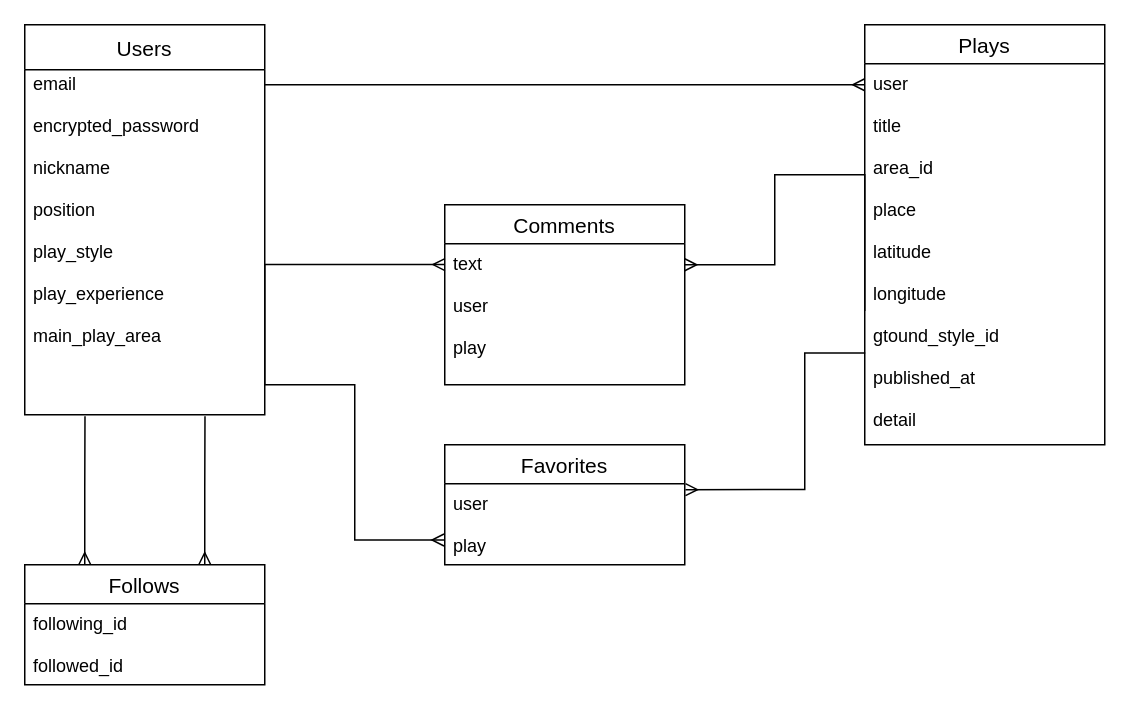
The draw.io diagram さかともER.dio in ackey-getup/sakatomo, before the edit. Source tidied: cells renumbered, new cells numbered last; positions are measured from the earlier drawing's top-left corner, leaving out a move shared by most shapes. Both pictures are drawn from the tidied source at 150%, with x=0, y=0 at pixel (24, 24).
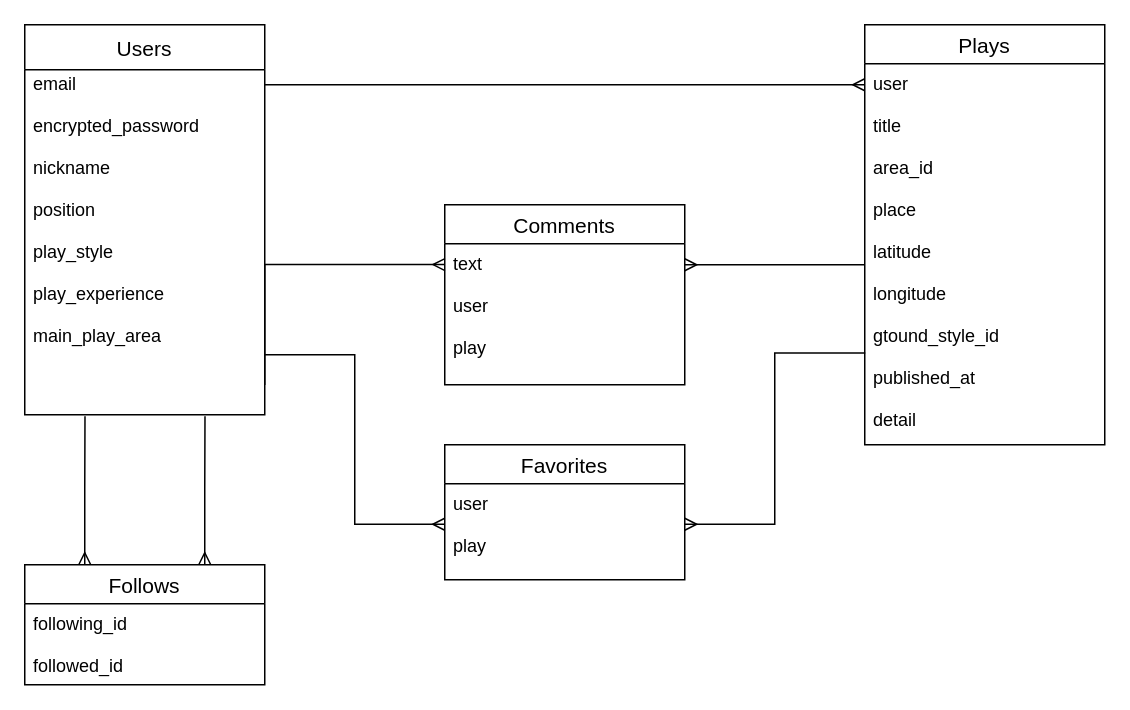
After the change.

Unchanged cells that the change refers to:
```xml
<mxCell id="5" value="user&#10;&#10;title&#10;&#10;area_id&#10;&#10;place&#10;&#10;latitude&#10;&#10;longitude&#10;&#10;gtound_style_id&#10;&#10;published_at&#10;&#10;detail" style="text;strokeColor=none;fillColor=none;spacingLeft=4;spacingRight=4;overflow=hidden;points=[[0,0.5],[1,0.5]];portConstraint=eastwest;fontSize=12;" parent="4" vertex="1">
  <mxGeometry y="26" width="160" height="254" as="geometry" />
</mxCell>
<mxCell id="8" value="text&#10;&#10;user&#10;&#10;play" style="text;strokeColor=none;fillColor=none;spacingLeft=4;spacingRight=4;overflow=hidden;points=[[0,0.5],[1,0.5]];portConstraint=eastwest;fontSize=12;" parent="7" vertex="1">
  <mxGeometry y="26" width="160" height="94" as="geometry" />
</mxCell>
<mxCell id="17" value="email&#10;&#10;encrypted_password&#10;&#10;nickname&#10;&#10;position&#10;&#10;play_style&#10;&#10;play_experience&#10;&#10;main_play_area" style="text;strokeColor=none;fillColor=none;spacingLeft=4;spacingRight=4;overflow=hidden;points=[[0,0.5],[1,0.5]];portConstraint=eastwest;fontSize=12;" parent="1" vertex="1">
  <mxGeometry y="26" width="160" height="234" as="geometry" />
</mxCell>
```

The edit, as a diff of the source:
```diff
@@
-    <mxCell id="13" style="edgeStyle=orthogonalEdgeStyle;rounded=0;jettySize=auto;html=1;exitX=1.003;exitY=0.073;exitDx=0;exitDy=0;startArrow=ERmany;startFill=0;endArrow=none;endFill=0;entryX=0.002;entryY=0.759;entryDx=0;entryDy=0;entryPerimeter=0;exitPerimeter=0;" parent="1" edge="1" source="15" target="5">
+    <mxCell id="13" style="edgeStyle=orthogonalEdgeStyle;rounded=0;jettySize=auto;html=1;startArrow=ERmany;startFill=0;endArrow=none;endFill=0;entryX=0.002;entryY=0.759;entryDx=0;entryDy=0;entryPerimeter=0;" parent="1" edge="1" target="5">
       <mxGeometry relative="1" as="geometry">
+        <mxPoint x="440" y="333" as="sourcePoint" />
         <Array as="points">
-          <mxPoint x="520" y="310" />
-          <mxPoint x="520" y="219" />
+          <mxPoint x="500" y="333" />
+          <mxPoint x="500" y="219" />
         </Array>
       </mxGeometry>
     </mxCell>
     <mxCell id="14" value="Favorites" style="swimlane;fontStyle=0;horizontal=1;startSize=26;align=center;fontSize=14;" parent="1" vertex="1">
-      <mxGeometry x="280" y="280" width="160" height="80" as="geometry" />
+      <mxGeometry x="280" y="280" width="160" height="90" as="geometry" />
     </mxCell>
     <mxCell id="15" value="user&#10;&#10;play" style="text;strokeColor=none;fillColor=none;spacingLeft=4;spacingRight=4;overflow=hidden;points=[[0,0.5],[1,0.5]];portConstraint=eastwest;fontSize=12;" parent="14" vertex="1">
-      <mxGeometry y="26" width="160" height="54" as="geometry" />
+      <mxGeometry y="26" width="160" height="64" as="geometry" />
     </mxCell>
-    <mxCell id="16" style="edgeStyle=orthogonalEdgeStyle;rounded=0;jettySize=auto;html=1;entryX=-0.003;entryY=0.695;entryDx=0;entryDy=0;entryPerimeter=0;endArrow=ERmany;endFill=0;" parent="1" edge="1" source="17" target="15">
+    <mxCell id="16" style="edgeStyle=orthogonalEdgeStyle;rounded=0;jettySize=auto;html=1;endArrow=ERmany;endFill=0;" parent="1" edge="1" source="17">
       <mxGeometry relative="1" as="geometry">
+        <mxPoint x="280" y="333" as="targetPoint" />
         <Array as="points">
-          <mxPoint x="220" y="240" />
-          <mxPoint x="220" y="344" />
+          <mxPoint x="220" y="220" />
+          <mxPoint x="220" y="333" />
         </Array>
       </mxGeometry>
     </mxCell>
@@
-    <mxCell id="18" style="edgeStyle=orthogonalEdgeStyle;rounded=0;jettySize=auto;html=1;entryX=0;entryY=0.649;entryDx=0;entryDy=0;entryPerimeter=0;startArrow=ERmany;startFill=0;endArrow=none;endFill=0;" parent="1" edge="1" source="8" target="5">
+    <mxCell id="18" style="edgeStyle=orthogonalEdgeStyle;rounded=0;jettySize=auto;html=1;startArrow=ERmany;startFill=0;endArrow=none;endFill=0;" parent="1" edge="1" source="8">
       <mxGeometry relative="1" as="geometry">
+        <mxPoint x="560" y="160" as="targetPoint" />
         <Array as="points">
-          <mxPoint x="500" y="160" />
-          <mxPoint x="500" y="100" />
+          <mxPoint x="560" y="160" />
         </Array>
       </mxGeometry>
     </mxCell>
```
